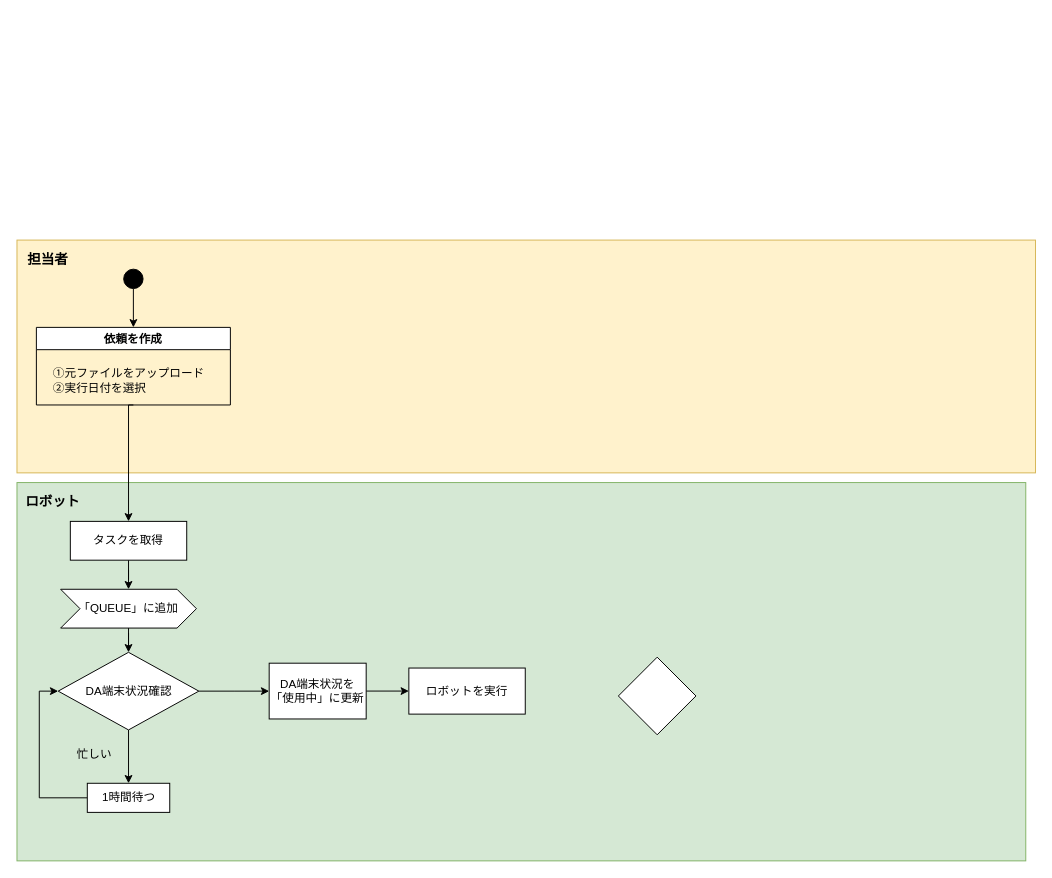
Above: 依頼管理にRPA導入.drawio in thanhnt0804/hello (draw.io), before the change. Source tidied: cells renumbered, new cells numbered last; positions are measured from the earlier drawing's top-left corner, leaving out a move shared by most shapes. Both pictures are drawn from the tidied source at 97%, with x=0, y=0 at pixel (16, 240).
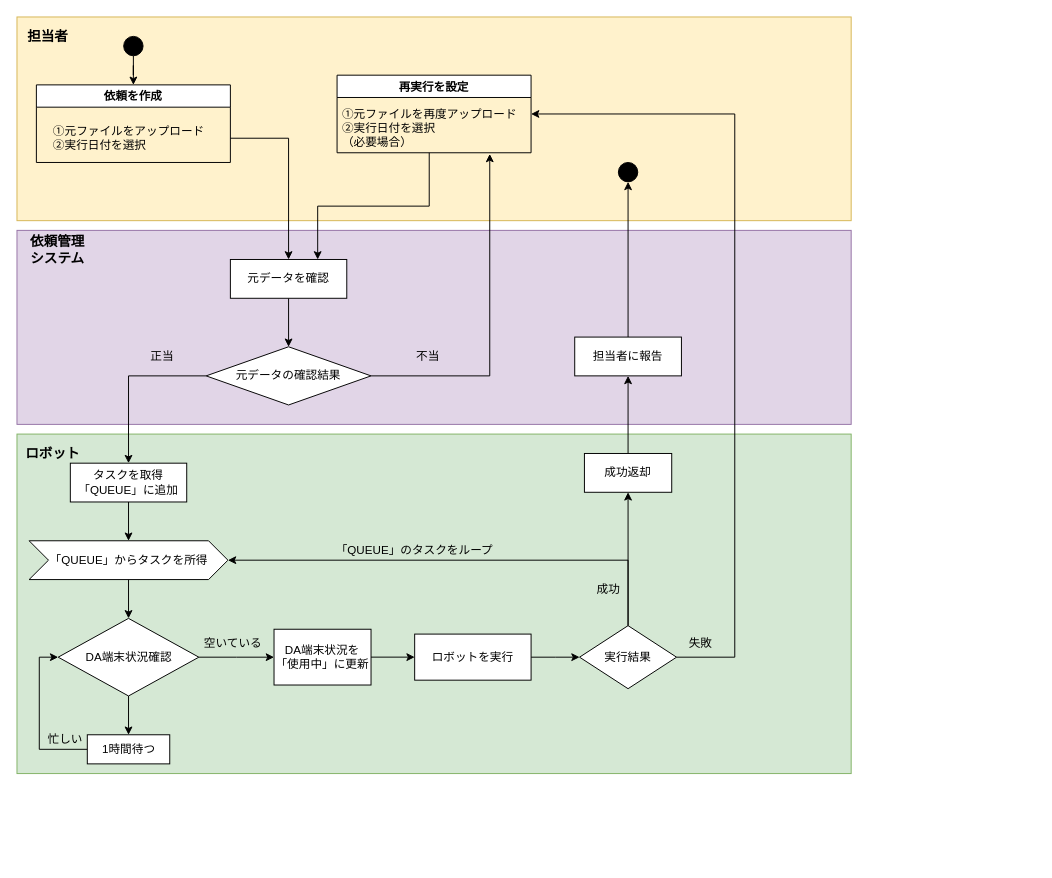
Above is the later version.

Commit message (it also covers changes not shown here):
Update 依頼管理にRPA導入.drawio

What changed in the source:
```diff
@@
     <mxCell id="2" style="rounded=0;whiteSpace=wrap;html=1;strokeColor=#d6b656;fillColor=#fff2cc;" parent="1" vertex="1">
-      <mxGeometry width="1050" height="240" as="geometry" />
+      <mxGeometry y="-230" width="860" height="210" as="geometry" />
     </mxCell>
     <mxCell id="3" value="依頼を作成" style="swimlane;" parent="1" vertex="1">
-      <mxGeometry x="20" y="90" width="200" height="80" as="geometry" />
+      <mxGeometry x="20" y="-160" width="200" height="80" as="geometry" />
     </mxCell>
@@
     <mxCell id="6" style="ellipse;whiteSpace=wrap;html=1;fillColor=#000000;" parent="1" vertex="1">
-      <mxGeometry x="110" y="30" width="20" height="20" as="geometry" />
+      <mxGeometry x="110" y="-210" width="20" height="20" as="geometry" />
     </mxCell>
     <mxCell id="7" style="rounded=0;whiteSpace=wrap;html=1;strokeColor=#82b366;fillColor=#d5e8d4;" parent="1" vertex="1">
-      <mxGeometry y="250" width="1040" height="390" as="geometry" />
+      <mxGeometry y="200" width="860" height="350" as="geometry" />
     </mxCell>
@@
-    <mxCell id="9" value="タスクを取得" style="rounded=0;whiteSpace=wrap;html=1;" parent="1" vertex="1">
-      <mxGeometry x="55" y="290" width="120" height="40" as="geometry" />
+    <mxCell id="9" value="タスクを取得&lt;br&gt;「QUEUE」に追加" style="rounded=0;whiteSpace=wrap;html=1;" parent="1" vertex="1">
+      <mxGeometry x="55" y="230" width="120" height="40" as="geometry" />
     </mxCell>
@@
-    <mxCell id="11" value="「QUEUE」に追加" style="shape=step;perimeter=stepPerimeter;whiteSpace=wrap;html=1;fixedSize=1;" parent="1" vertex="1">
-      <mxGeometry x="45" y="360" width="140" height="40" as="geometry" />
+    <mxCell id="11" value="&lt;span&gt;「QUEUE」からタスクを所得&lt;/span&gt;" style="shape=step;perimeter=stepPerimeter;whiteSpace=wrap;html=1;fixedSize=1;" parent="1" vertex="1">
+      <mxGeometry x="12.5" y="310" width="205" height="40" as="geometry" />
     </mxCell>
-    <mxCell id="12" style="edgeStyle=orthogonalEdgeStyle;rounded=0;jettySize=auto;html=1;exitX=0.5;exitY=1;exitDx=0;exitDy=0;" parent="1" edge="1" source="3" target="9">
-      <mxGeometry relative="1" as="geometry">
-        <Array as="points">
-          <mxPoint x="115" y="170" />
-        </Array>
-      </mxGeometry>
-    </mxCell>
@@
     <mxCell id="15" value="DA端末状況確認" style="rhombus;whiteSpace=wrap;html=1;" parent="1" vertex="1">
-      <mxGeometry x="42.5" y="425" width="145" height="80" as="geometry" />
+      <mxGeometry x="42.5" y="390" width="145" height="80" as="geometry" />
     </mxCell>
     <mxCell id="16" style="edgeStyle=orthogonalEdgeStyle;rounded=0;jettySize=auto;html=1;entryX=0;entryY=0.5;entryDx=0;entryDy=0;" parent="1" edge="1" source="17" target="15">
       <mxGeometry relative="1" as="geometry">
         <Array as="points">
-          <mxPoint x="23" y="575" />
-          <mxPoint x="23" y="465" />
+          <mxPoint x="23" y="525" />
+          <mxPoint x="23" y="430" />
         </Array>
       </mxGeometry>
     </mxCell>
     <mxCell id="17" value="1時間待つ" style="rounded=0;whiteSpace=wrap;html=1;" parent="1" vertex="1">
-      <mxGeometry x="72.5" y="560" width="85" height="30" as="geometry" />
+      <mxGeometry x="72.5" y="510" width="85" height="30" as="geometry" />
     </mxCell>
     <mxCell id="18" value="忙しい" style="text;html=1;strokeColor=none;fillColor=none;align=center;verticalAlign=middle;whiteSpace=wrap;rounded=0;" parent="1" vertex="1">
-      <mxGeometry x="60" y="520" width="40" height="20" as="geometry" />
+      <mxGeometry x="30" y="505" width="40" height="20" as="geometry" />
     </mxCell>
@@
     <mxCell id="20" value="DA端末状況を「使用中」に更新" style="rounded=0;whiteSpace=wrap;html=1;" parent="1" vertex="1">
-      <mxGeometry x="260" y="436.2" width="100" height="57.5" as="geometry" />
+      <mxGeometry x="265" y="401.2" width="100" height="57.5" as="geometry" />
     </mxCell>
+    <mxCell id="25" style="edgeStyle=orthogonalEdgeStyle;rounded=0;jettySize=auto;html=1;" parent="1" edge="1" source="21" target="22">
+      <mxGeometry relative="1" as="geometry" />
+    </mxCell>
     <mxCell id="21" value="ロボットを実行" style="rounded=0;whiteSpace=wrap;html=1;" parent="1" vertex="1">
-      <mxGeometry x="404" y="441.2" width="120" height="47.5" as="geometry" />
+      <mxGeometry x="410" y="406.2" width="120" height="47.5" as="geometry" />
     </mxCell>
+    <mxCell id="26" style="edgeStyle=orthogonalEdgeStyle;rounded=0;jettySize=auto;html=1;" parent="1" edge="1" source="22" target="42">
+      <mxGeometry relative="1" as="geometry" />
+    </mxCell>
+    <mxCell id="27" style="edgeStyle=orthogonalEdgeStyle;rounded=0;jettySize=auto;html=1;entryX=1;entryY=0.5;entryDx=0;entryDy=0;" parent="1" edge="1" source="22" target="11">
+      <mxGeometry relative="1" as="geometry">
+        <Array as="points">
+          <mxPoint x="630" y="330" />
+        </Array>
+      </mxGeometry>
+    </mxCell>
-    <mxCell id="22" style="rhombus;whiteSpace=wrap;html=1;" parent="1" vertex="1">
-      <mxGeometry x="620" y="430" width="80" height="80" as="geometry" />
+    <mxCell id="22" value="実行結果" style="rhombus;whiteSpace=wrap;html=1;" parent="1" vertex="1">
+      <mxGeometry x="580" y="397.5" width="100" height="65" as="geometry" />
     </mxCell>
     <mxCell id="23" value="&lt;font style=&quot;font-size: 14px&quot;&gt;&lt;b&gt;担当者&lt;/b&gt;&lt;/font&gt;" style="text;html=1;strokeColor=none;fillColor=none;align=center;verticalAlign=middle;whiteSpace=wrap;rounded=0;" parent="1" vertex="1">
-      <mxGeometry x="2.5" y="10" width="57.5" height="20" as="geometry" />
+      <mxGeometry x="2.5" y="-220" width="57.5" height="20" as="geometry" />
     </mxCell>
     <mxCell id="24" value="&lt;font style=&quot;font-size: 14px&quot;&gt;&lt;b&gt;ロボット&lt;/b&gt;&lt;/font&gt;" style="text;html=1;strokeColor=none;fillColor=none;align=center;verticalAlign=middle;whiteSpace=wrap;rounded=0;" parent="1" vertex="1">
-      <mxGeometry x="2.5" y="260" width="67.5" height="20" as="geometry" />
+      <mxGeometry x="2.5" y="210" width="67.5" height="20" as="geometry" />
     </mxCell>
+    <mxCell id="28" value="再実行を設定" style="swimlane;" parent="1" vertex="1">
+      <mxGeometry x="330" y="-170" width="200" height="80" as="geometry" />
+    </mxCell>
+    <mxCell id="29" value="①元ファイルを再度アップロード&lt;br&gt;&lt;div style=&quot;text-align: left&quot;&gt;&lt;span&gt;②実行日付を選択&lt;/span&gt;&lt;/div&gt;&lt;div style=&quot;text-align: left&quot;&gt;&lt;span&gt;（必要場合）&lt;/span&gt;&lt;/div&gt;" style="text;html=1;align=center;verticalAlign=middle;points=[];strokeColor=none;" parent="28" vertex="1">
+      <mxGeometry x="-5" y="30" width="200" height="50" as="geometry" />
+    </mxCell>
+    <mxCell id="30" style="rounded=0;whiteSpace=wrap;html=1;strokeColor=#9673a6;fillColor=#e1d5e7;" parent="1" vertex="1">
+      <mxGeometry y="-10" width="860" height="200" as="geometry" />
+    </mxCell>
+    <mxCell id="31" style="edgeStyle=orthogonalEdgeStyle;rounded=0;jettySize=auto;html=1;" parent="1" edge="1" source="32" target="38">
+      <mxGeometry relative="1" as="geometry" />
+    </mxCell>
+    <mxCell id="32" value="元データを確認" style="rounded=0;whiteSpace=wrap;html=1;" parent="1" vertex="1">
+      <mxGeometry x="220" y="20" width="120" height="40" as="geometry" />
+    </mxCell>
+    <mxCell id="33" value="&lt;span style=&quot;font-size: 14px&quot;&gt;&lt;b&gt;依頼管理システム&lt;/b&gt;&lt;/span&gt;" style="text;html=1;strokeColor=none;fillColor=none;align=center;verticalAlign=middle;whiteSpace=wrap;rounded=0;" parent="1" vertex="1">
+      <mxGeometry x="7.5" width="67.5" height="20" as="geometry" />
+    </mxCell>
+    <mxCell id="34" style="edgeStyle=orthogonalEdgeStyle;rounded=0;jettySize=auto;html=1;" parent="1" edge="1" target="32">
+      <mxGeometry relative="1" as="geometry">
+        <mxPoint x="220" y="-105" as="sourcePoint" />
+        <Array as="points">
+          <mxPoint x="280" y="-105" />
+        </Array>
+      </mxGeometry>
+    </mxCell>
+    <mxCell id="35" style="edgeStyle=orthogonalEdgeStyle;rounded=0;jettySize=auto;html=1;entryX=0.75;entryY=0;entryDx=0;entryDy=0;" parent="1" edge="1" source="29" target="32">
+      <mxGeometry relative="1" as="geometry" />
+    </mxCell>
+    <mxCell id="36" style="edgeStyle=orthogonalEdgeStyle;rounded=0;jettySize=auto;html=1;entryX=0.812;entryY=1.024;entryDx=0;entryDy=0;entryPerimeter=0;" parent="1" edge="1" source="38" target="29">
+      <mxGeometry relative="1" as="geometry">
+        <Array as="points">
+          <mxPoint x="487" y="140" />
+        </Array>
+      </mxGeometry>
+    </mxCell>
+    <mxCell id="37" style="edgeStyle=orthogonalEdgeStyle;rounded=0;jettySize=auto;html=1;entryX=0.5;entryY=0;entryDx=0;entryDy=0;" parent="1" edge="1" source="38" target="9">
+      <mxGeometry relative="1" as="geometry" />
+    </mxCell>
+    <mxCell id="38" value="元データの確認結果" style="rhombus;whiteSpace=wrap;html=1;" parent="1" vertex="1">
+      <mxGeometry x="195" y="110" width="170" height="60" as="geometry" />
+    </mxCell>
+    <mxCell id="39" value="不当" style="text;html=1;strokeColor=none;fillColor=none;align=center;verticalAlign=middle;whiteSpace=wrap;rounded=0;" parent="1" vertex="1">
+      <mxGeometry x="404" y="110" width="40" height="20" as="geometry" />
+    </mxCell>
+    <mxCell id="40" value="正当" style="text;html=1;strokeColor=none;fillColor=none;align=center;verticalAlign=middle;whiteSpace=wrap;rounded=0;" parent="1" vertex="1">
+      <mxGeometry x="130" y="110" width="40" height="20" as="geometry" />
+    </mxCell>
+    <mxCell id="41" style="edgeStyle=orthogonalEdgeStyle;rounded=0;jettySize=auto;html=1;" parent="1" edge="1" source="42" target="44">
+      <mxGeometry relative="1" as="geometry" />
+    </mxCell>
+    <mxCell id="42" value="成功返却" style="rounded=0;whiteSpace=wrap;html=1;" parent="1" vertex="1">
+      <mxGeometry x="585" y="220" width="90" height="40" as="geometry" />
+    </mxCell>
+    <mxCell id="43" style="edgeStyle=orthogonalEdgeStyle;rounded=0;jettySize=auto;html=1;entryX=0.5;entryY=1;entryDx=0;entryDy=0;" parent="1" edge="1" source="44" target="45">
+      <mxGeometry relative="1" as="geometry" />
+    </mxCell>
+    <mxCell id="44" value="担当者に報告" style="rounded=0;whiteSpace=wrap;html=1;" parent="1" vertex="1">
+      <mxGeometry x="575" y="100" width="110" height="40" as="geometry" />
+    </mxCell>
+    <mxCell id="45" style="ellipse;whiteSpace=wrap;html=1;fillColor=#000000;" parent="1" vertex="1">
+      <mxGeometry x="620" y="-80" width="20" height="20" as="geometry" />
+    </mxCell>
+    <mxCell id="46" value="成功" style="text;html=1;strokeColor=none;fillColor=none;align=center;verticalAlign=middle;whiteSpace=wrap;rounded=0;" parent="1" vertex="1">
+      <mxGeometry x="590" y="350" width="40" height="20" as="geometry" />
+    </mxCell>
+    <mxCell id="47" value="「QUEUE」のタスクをループ" style="text;html=1;strokeColor=none;fillColor=none;align=center;verticalAlign=middle;whiteSpace=wrap;rounded=0;" parent="1" vertex="1">
+      <mxGeometry x="320" y="310" width="180" height="20" as="geometry" />
+    </mxCell>
+    <mxCell id="48" style="edgeStyle=orthogonalEdgeStyle;rounded=0;jettySize=auto;html=1;entryX=1;entryY=0.5;entryDx=0;entryDy=0;" parent="1" edge="1" source="22" target="28">
+      <mxGeometry relative="1" as="geometry">
+        <Array as="points">
+          <mxPoint x="740" y="430" />
+          <mxPoint x="740" y="-130" />
+        </Array>
+      </mxGeometry>
+    </mxCell>
+    <mxCell id="49" value="失敗" style="text;html=1;strokeColor=none;fillColor=none;align=center;verticalAlign=middle;whiteSpace=wrap;rounded=0;" parent="1" vertex="1">
+      <mxGeometry x="685" y="406.2" width="40" height="20" as="geometry" />
+    </mxCell>
+    <mxCell id="50" value="空いている" style="text;html=1;strokeColor=none;fillColor=none;align=center;verticalAlign=middle;whiteSpace=wrap;rounded=0;" parent="1" vertex="1">
+      <mxGeometry x="187.5" y="406.2" width="70" height="20" as="geometry" />
+    </mxCell>
```
